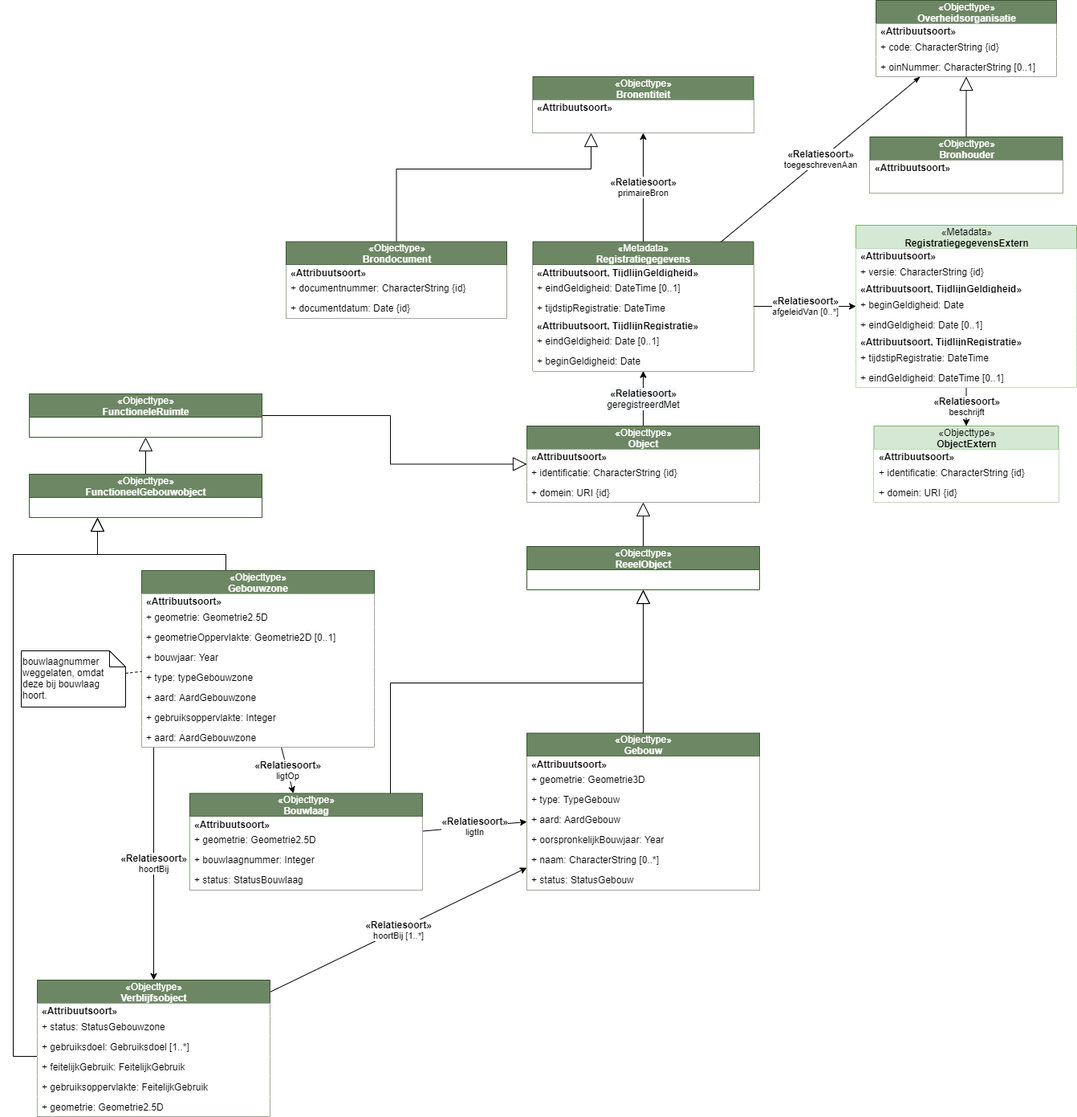
The draw.io diagram media/imsor-gebouw.drawio.png in Geonovum/disgeo-demo-3a, before a commit. Source tidied: cells renumbered, new cells last; positions are measured from the earlier drawing's top-left corner, leaving out a move shared by most shapes.
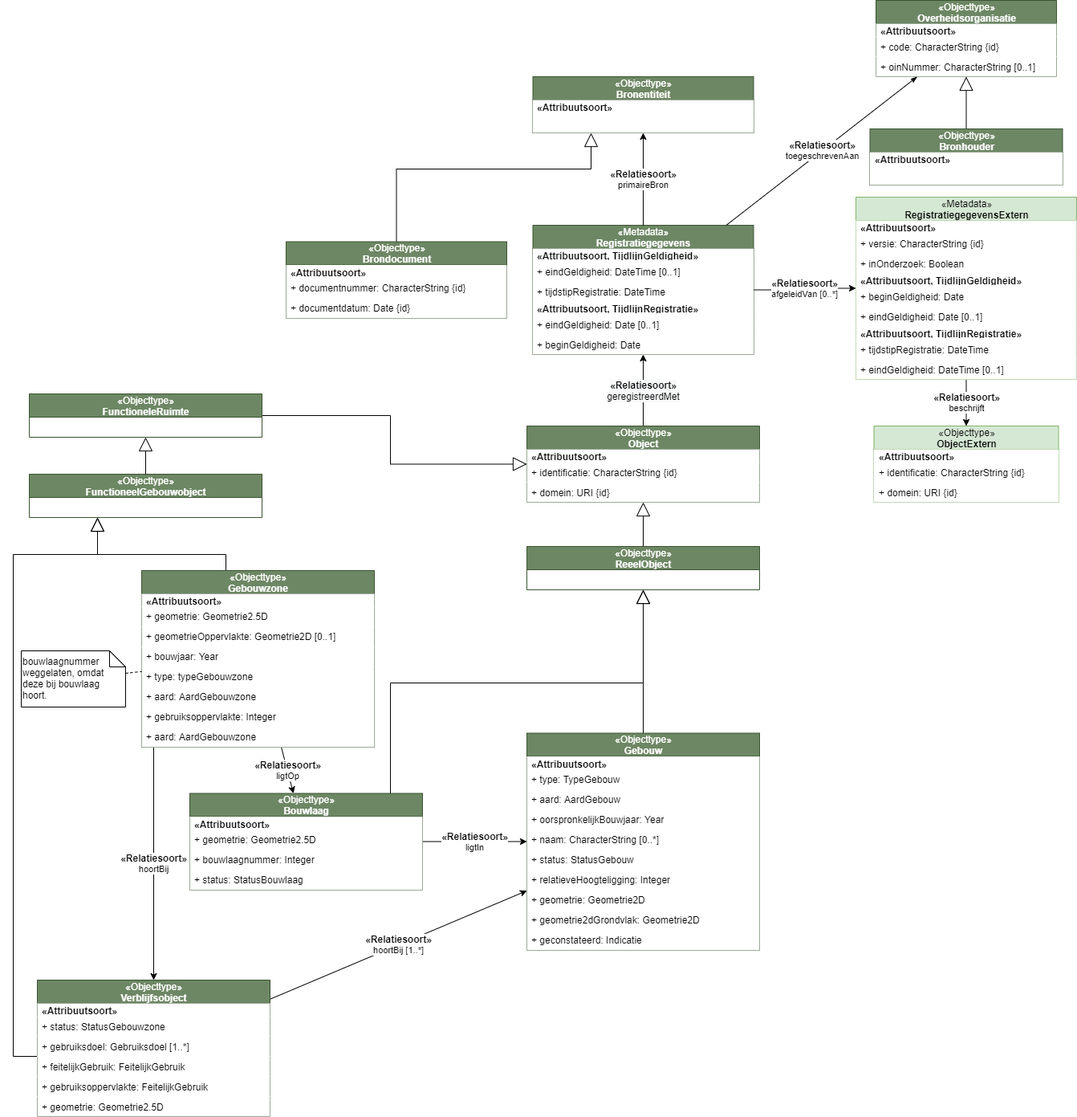
The same diagram one commit later.

Diff of the diagram source:
```diff
@@ -21,7 +21,7 @@
       <mxGeometry relative="1" as="geometry" />
     </mxCell>
     <mxCell id="8" value="&lt;span style=&quot;font-weight: 400&quot;&gt;«Metadata»&lt;/span&gt;&lt;br style=&quot;font-weight: 400&quot;&gt;Registratiegegevens" style="swimlane;fontStyle=1;align=center;verticalAlign=middle;horizontal=1;startSize=29;html=1;fillColor=#6d8764;strokeColor=#3A5431;fontColor=#ffffff;" parent="1" vertex="1">
-      <mxGeometry x="647.5" y="473.5" width="275" height="161" as="geometry" />
+      <mxGeometry x="647.5" y="453" width="275" height="161" as="geometry" />
     </mxCell>
     <mxCell id="9" value="&lt;span style=&quot;text-align: center&quot;&gt;&lt;b&gt;«Attribuutsoort, TijdlijnGeldigheid»&lt;/b&gt;&lt;/span&gt;" style="text;html=1;align=left;verticalAlign=middle;spacingLeft=4;spacingRight=4;overflow=hidden;fillColor=#ffffff;" parent="8" vertex="1">
       <mxGeometry y="29" width="275" height="16" as="geometry" />
@@ -45,7 +45,7 @@
       <mxGeometry relative="1" as="geometry" />
     </mxCell>
     <mxCell id="16" value="&lt;span style=&quot;font-weight: 400&quot;&gt;«Metadata»&lt;/span&gt;&lt;br style=&quot;font-weight: 400&quot;&gt;RegistratiegegevensExtern" style="swimlane;fontStyle=1;align=center;verticalAlign=middle;horizontal=1;startSize=29;html=1;fillColor=#d5e8d4;strokeColor=#82b366;" parent="1" vertex="1">
-      <mxGeometry x="1050" y="453" width="275" height="202" as="geometry" />
+      <mxGeometry x="1050" y="418" width="275" height="227" as="geometry" />
     </mxCell>
     <mxCell id="17" value="&lt;span style=&quot;text-align: center&quot;&gt;&lt;b&gt;«Attribuutsoort»&lt;/b&gt;&lt;/span&gt;" style="text;html=1;align=left;verticalAlign=middle;spacingLeft=4;spacingRight=4;overflow=hidden;fillColor=#ffffff;" parent="16" vertex="1">
       <mxGeometry y="29" width="275" height="16" as="geometry" />
@@ -53,23 +53,26 @@
     <mxCell id="18" value="+ versie: CharacterString {id}" style="text;html=1;align=left;verticalAlign=middle;spacingLeft=4;spacingRight=4;overflow=hidden;fillColor=#ffffff;" parent="16" vertex="1">
       <mxGeometry y="45" width="275" height="25" as="geometry" />
     </mxCell>
+    <mxCell id="92" value="+ inOnderzoek: Boolean" style="text;html=1;align=left;verticalAlign=middle;spacingLeft=4;spacingRight=4;overflow=hidden;fillColor=#ffffff;" parent="16" vertex="1">
+      <mxGeometry y="70" width="275" height="25" as="geometry" />
+    </mxCell>
     <mxCell id="19" value="&lt;span style=&quot;text-align: center&quot;&gt;&lt;b&gt;«Attribuutsoort, TijdlijnGeldigheid»&lt;/b&gt;&lt;/span&gt;" style="text;html=1;align=left;verticalAlign=middle;spacingLeft=4;spacingRight=4;overflow=hidden;fillColor=#ffffff;" parent="16" vertex="1">
-      <mxGeometry y="70" width="275" height="16" as="geometry" />
+      <mxGeometry y="95" width="275" height="16" as="geometry" />
     </mxCell>
     <mxCell id="20" value="+ beginGeldigheid: Date" style="text;html=1;align=left;verticalAlign=middle;spacingLeft=4;spacingRight=4;overflow=hidden;fillColor=#ffffff;" parent="16" vertex="1">
-      <mxGeometry y="86" width="275" height="25" as="geometry" />
+      <mxGeometry y="111" width="275" height="25" as="geometry" />
     </mxCell>
     <mxCell id="21" value="+ eindGeldigheid: Date [0..1]" style="text;html=1;align=left;verticalAlign=middle;spacingLeft=4;spacingRight=4;overflow=hidden;fillColor=#ffffff;" parent="16" vertex="1">
-      <mxGeometry y="111" width="275" height="25" as="geometry" />
+      <mxGeometry y="136" width="275" height="25" as="geometry" />
     </mxCell>
     <mxCell id="22" value="&lt;span style=&quot;text-align: center&quot;&gt;&lt;b&gt;«Attribuutsoort, TijdlijnRegistratie»&lt;/b&gt;&lt;/span&gt;" style="text;html=1;align=left;verticalAlign=middle;spacingLeft=4;spacingRight=4;overflow=hidden;fillColor=#ffffff;" parent="16" vertex="1">
-      <mxGeometry y="136" width="275" height="16" as="geometry" />
+      <mxGeometry y="161" width="275" height="16" as="geometry" />
     </mxCell>
     <mxCell id="23" value="+ tijdstipRegistratie: DateTime" style="text;html=1;align=left;verticalAlign=middle;spacingLeft=4;spacingRight=4;overflow=hidden;fillColor=#ffffff;" parent="16" vertex="1">
-      <mxGeometry y="152" width="275" height="25" as="geometry" />
+      <mxGeometry y="177" width="275" height="25" as="geometry" />
     </mxCell>
     <mxCell id="24" value="+ eindGeldigheid: DateTime [0..1]" style="text;html=1;align=left;verticalAlign=middle;spacingLeft=4;spacingRight=4;overflow=hidden;fillColor=#ffffff;" parent="16" vertex="1">
-      <mxGeometry y="177" width="275" height="25" as="geometry" />
+      <mxGeometry y="202" width="275" height="25" as="geometry" />
     </mxCell>
     <mxCell id="25" value="&lt;span style=&quot;font-weight: 400&quot;&gt;«Objecttype»&lt;/span&gt;&lt;br style=&quot;font-weight: 400&quot;&gt;ObjectExtern" style="swimlane;fontStyle=1;align=center;verticalAlign=middle;horizontal=1;startSize=29;html=1;fillColor=#d5e8d4;strokeColor=#82b366;" parent="1" vertex="1">
       <mxGeometry x="1072.5" y="703" width="230" height="95" as="geometry" />
@@ -87,29 +90,38 @@
       <mxGeometry relative="1" as="geometry" />
     </mxCell>
     <mxCell id="30" value="&lt;span style=&quot;font-weight: 400&quot;&gt;«Objecttype»&lt;/span&gt;&lt;br style=&quot;font-weight: 400&quot;&gt;Gebouw" style="swimlane;fontStyle=1;align=center;verticalAlign=middle;horizontal=1;startSize=29;html=1;fillColor=#6d8764;strokeColor=#3A5431;fontColor=#ffffff;" parent="1" vertex="1">
-      <mxGeometry x="640" y="1085.5" width="290" height="195" as="geometry" />
+      <mxGeometry x="640" y="1085.5" width="290" height="270" as="geometry" />
     </mxCell>
     <mxCell id="31" value="&lt;span style=&quot;text-align: center&quot;&gt;&lt;b&gt;«Attribuutsoort»&lt;/b&gt;&lt;/span&gt;" style="text;html=1;align=left;verticalAlign=middle;spacingLeft=4;spacingRight=4;overflow=hidden;fillColor=#ffffff;" parent="30" vertex="1">
       <mxGeometry y="29" width="290" height="16" as="geometry" />
     </mxCell>
-    <mxCell id="32" value="+ geometrie: Geometrie3D" style="text;html=1;align=left;verticalAlign=middle;spacingLeft=4;spacingRight=4;overflow=hidden;fillColor=#ffffff;" parent="30" vertex="1">
-      <mxGeometry y="45" width="290" height="25" as="geometry" />
-    </mxCell>
     <mxCell id="33" value="+ type: TypeGebouw" style="text;html=1;align=left;verticalAlign=middle;spacingLeft=4;spacingRight=4;overflow=hidden;fillColor=#ffffff;" parent="30" vertex="1">
-      <mxGeometry y="70" width="290" height="25" as="geometry" />
+      <mxGeometry y="45" width="290" height="25" as="geometry" />
     </mxCell>
     <mxCell id="34" value="+ aard: AardGebouw" style="text;html=1;align=left;verticalAlign=middle;spacingLeft=4;spacingRight=4;overflow=hidden;fillColor=#ffffff;" parent="30" vertex="1">
-      <mxGeometry y="95" width="290" height="25" as="geometry" />
+      <mxGeometry y="70" width="290" height="25" as="geometry" />
     </mxCell>
     <mxCell id="35" value="+ oorspronkelijkBouwjaar: Year" style="text;html=1;align=left;verticalAlign=middle;spacingLeft=4;spacingRight=4;overflow=hidden;fillColor=#ffffff;" parent="30" vertex="1">
-      <mxGeometry y="120" width="290" height="25" as="geometry" />
+      <mxGeometry y="95" width="290" height="25" as="geometry" />
     </mxCell>
     <mxCell id="36" value="+ naam: CharacterString [0..*]" style="text;html=1;align=left;verticalAlign=middle;spacingLeft=4;spacingRight=4;overflow=hidden;fillColor=#ffffff;" parent="30" vertex="1">
-      <mxGeometry y="145" width="290" height="25" as="geometry" />
+      <mxGeometry y="120" width="290" height="25" as="geometry" />
     </mxCell>
     <mxCell id="37" value="+ status: StatusGebouw" style="text;html=1;align=left;verticalAlign=middle;spacingLeft=4;spacingRight=4;overflow=hidden;fillColor=#ffffff;" parent="30" vertex="1">
-      <mxGeometry y="170" width="290" height="25" as="geometry" />
+      <mxGeometry y="145" width="290" height="25" as="geometry" />
     </mxCell>
+    <mxCell id="93" value="+ relatieveHoogteligging: Integer" style="text;html=1;align=left;verticalAlign=middle;spacingLeft=4;spacingRight=4;overflow=hidden;fillColor=#ffffff;" parent="30" vertex="1">
+      <mxGeometry y="170" width="290" height="25" as="geometry" />
+    </mxCell>
+    <mxCell id="32" value="+ geometrie: Geometrie2D" style="text;html=1;align=left;verticalAlign=middle;spacingLeft=4;spacingRight=4;overflow=hidden;fillColor=#ffffff;" parent="30" vertex="1">
+      <mxGeometry y="195" width="290" height="25" as="geometry" />
+    </mxCell>
+    <mxCell id="94" value="+ geometrie2dGrondvlak: Geometrie2D" style="text;html=1;align=left;verticalAlign=middle;spacingLeft=4;spacingRight=4;overflow=hidden;fillColor=#ffffff;" parent="30" vertex="1">
+      <mxGeometry y="220" width="290" height="25" as="geometry" />
+    </mxCell>
+    <mxCell id="95" value="+ geconstateerd: Indicatie" style="text;html=1;align=left;verticalAlign=middle;spacingLeft=4;spacingRight=4;overflow=hidden;fillColor=#ffffff;" parent="30" vertex="1">
+      <mxGeometry y="245" width="290" height="25" as="geometry" />
+    </mxCell>
     <mxCell id="38" value="&lt;b style=&quot;font-size: 12px&quot;&gt;«Relatiesoort»&lt;br&gt;&lt;/b&gt;primaireBron" style="edgeStyle=orthogonalEdgeStyle;rounded=0;jettySize=auto;html=1;" parent="1" edge="1" source="8" target="39">
       <mxGeometry relative="1" as="geometry" />
     </mxCell>
@@ -126,7 +138,7 @@
       <mxGeometry relative="1" as="geometry" />
     </mxCell>
     <mxCell id="43" value="&lt;span style=&quot;font-weight: 400&quot;&gt;«Objecttype»&lt;/span&gt;&lt;br style=&quot;font-weight: 400&quot;&gt;Bronhouder" style="swimlane;fontStyle=1;align=center;verticalAlign=middle;horizontal=1;startSize=29;html=1;fillColor=#6d8764;strokeColor=#3A5431;fontColor=#ffffff;" parent="1" vertex="1">
-      <mxGeometry x="1067.5" y="343" width="240" height="70" as="geometry" />
+      <mxGeometry x="1067.5" y="333" width="240" height="70" as="geometry" />
     </mxCell>
     <mxCell id="44" value="&lt;span style=&quot;text-align: center&quot;&gt;&lt;b&gt;«Attribuutsoort»&lt;/b&gt;&lt;/span&gt;" style="text;html=1;align=left;verticalAlign=middle;spacingLeft=4;spacingRight=4;overflow=hidden;fillColor=#ffffff;" parent="43" vertex="1">
       <mxGeometry y="29" width="240" height="16" as="geometry" />
```
